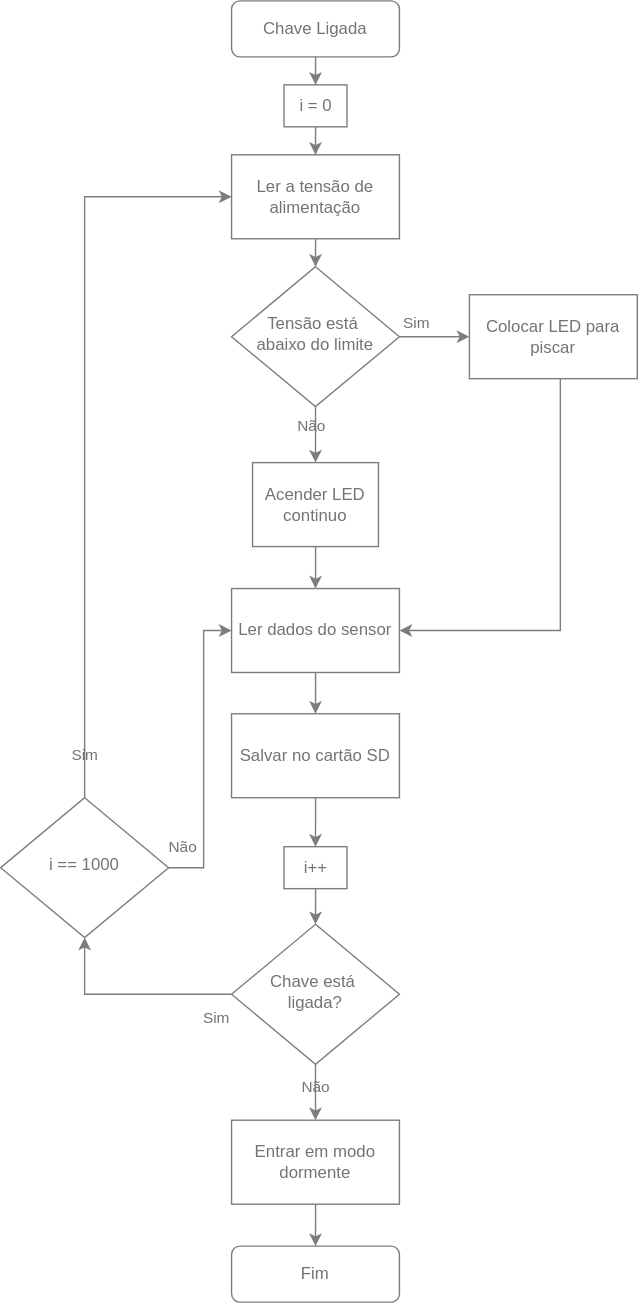
The draw.io diagram projetos/tennistracker/fluxograma_2.svg in teaching-FEEC/ea075-2024.1, before a commit. Source tidied: cells renumbered, new cells last; positions are measured from the earlier drawing's top-left corner, leaving out a move shared by most shapes.
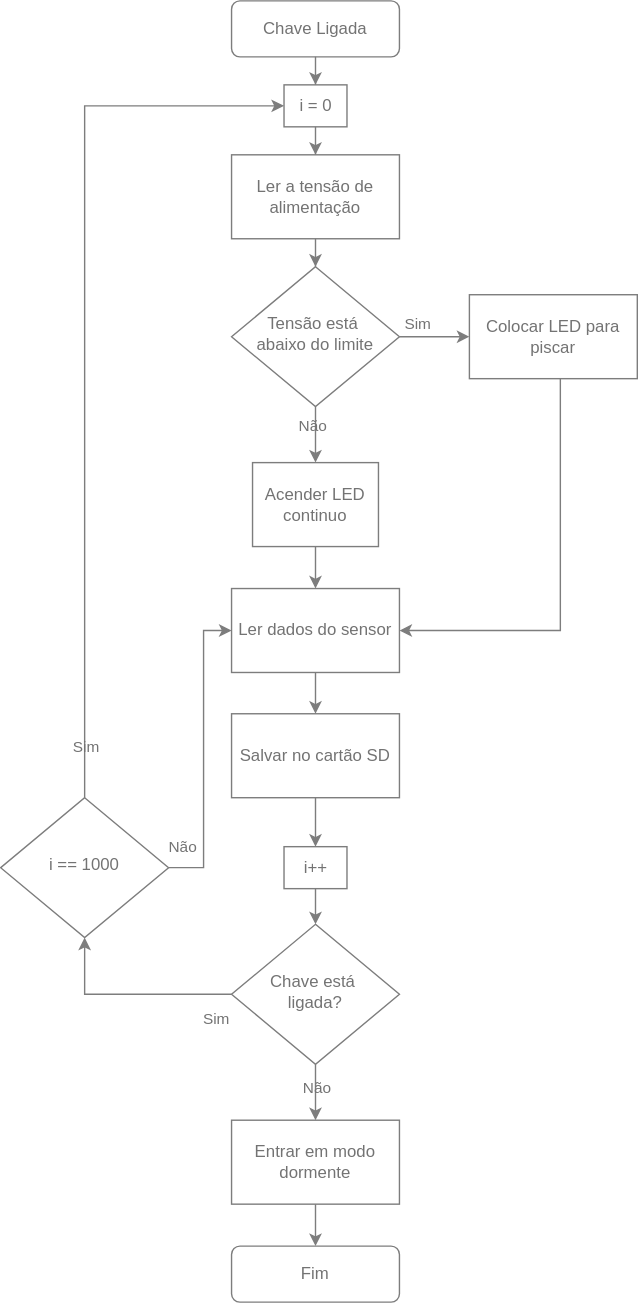
The same file after the commit.

The edit, as a diff of the source:
```diff
@@ -104,10 +104,10 @@
     <mxCell id="28" value="i = 0" style="rounded=0;whiteSpace=wrap;html=1;fillColor=none;strokeColor=#7D7D7D;fontColor=#737373;" parent="1" vertex="1">
       <mxGeometry x="202.5" y="60" width="45" height="30" as="geometry" />
     </mxCell>
-    <mxCell id="29" style="edgeStyle=orthogonalEdgeStyle;rounded=0;jettySize=auto;html=1;entryX=0;entryY=0.5;entryDx=0;entryDy=0;exitX=0.5;exitY=0;exitDx=0;exitDy=0;strokeColor=#7D7D7D;" parent="1" edge="1" source="33" target="16">
+    <mxCell id="29" style="edgeStyle=orthogonalEdgeStyle;rounded=0;jettySize=auto;html=1;entryX=0;entryY=0.5;entryDx=0;entryDy=0;exitX=0.5;exitY=0;exitDx=0;exitDy=0;strokeColor=#7D7D7D;" parent="1" edge="1" source="33" target="28">
       <mxGeometry relative="1" as="geometry">
         <Array as="points">
-          <mxPoint x="60" y="140" />
+          <mxPoint x="60" y="75" />
         </Array>
       </mxGeometry>
     </mxCell>
```
